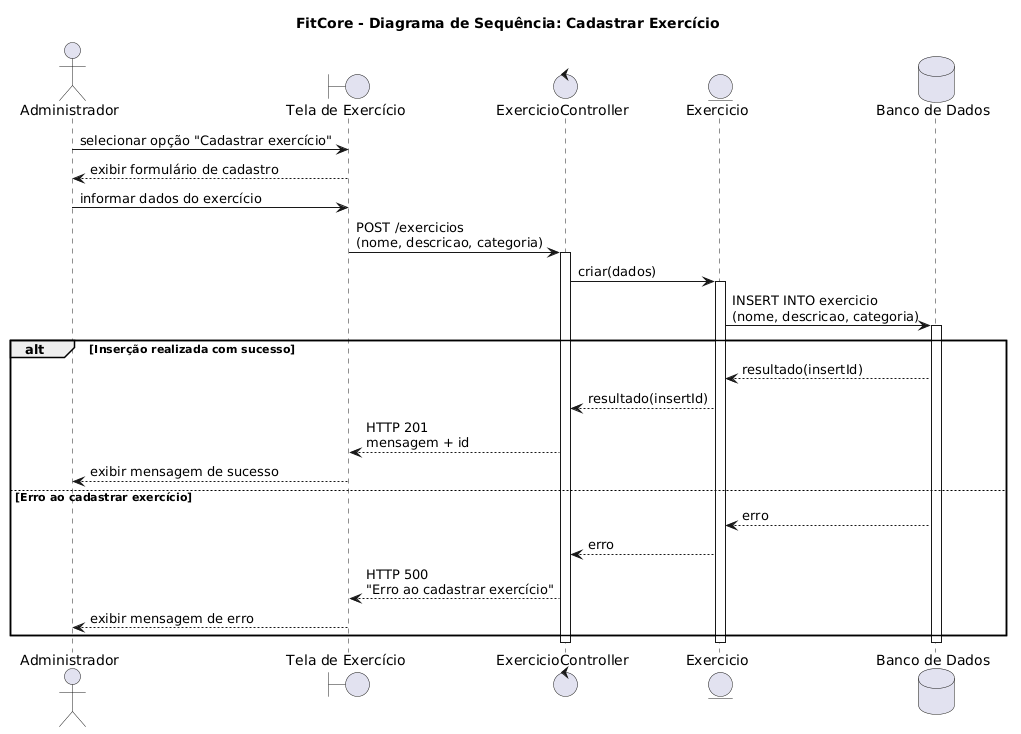
This is docs/diagramas/sequencia/2 - diagrama de sequencia - cadastrar exercicio - FITCORE.png from liahcolins/Sistema-Integrado-de-Academia, a PlantUML export, as it was before one commit.
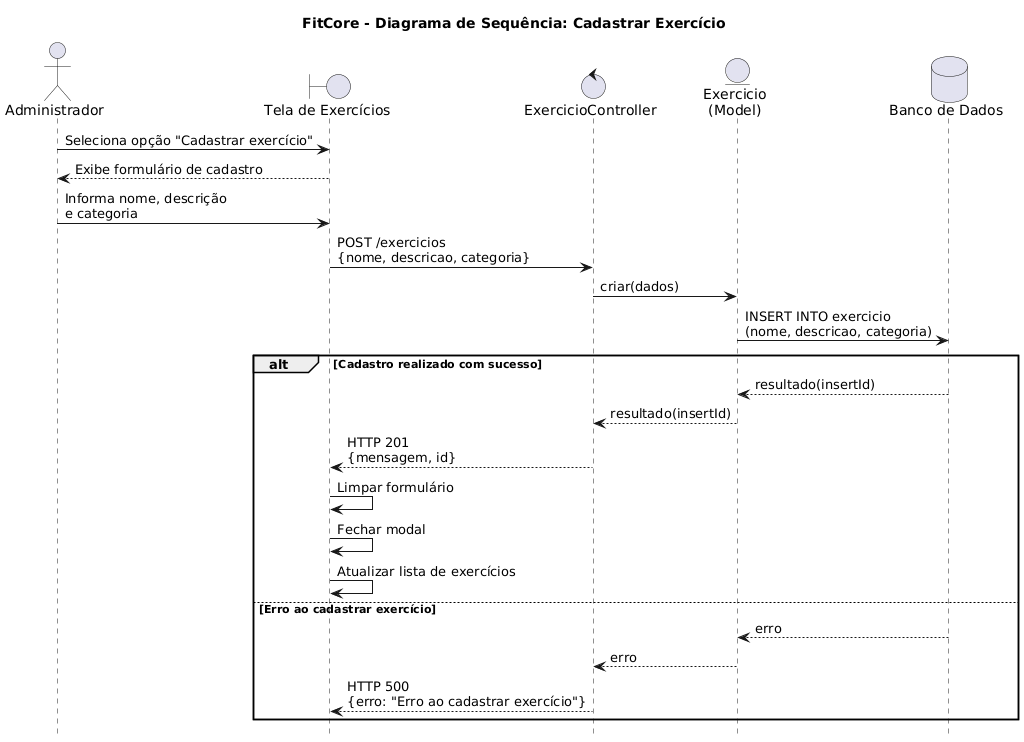
Later version of the same file.

Commit message:
docs: atualizar diagramas UML do FitCore

Change to the diagram source:
```diff
@@ -1,41 +1,43 @@
 @startuml
 title FitCore - Diagrama de Sequência: Cadastrar Exercício
 
+hide footbox
+
 actor Administrador as Admin
-boundary "Tela de Exercício" as Tela
+boundary "Tela de Exercícios" as Tela
 control "ExercicioController" as Controller
-entity "Exercicio" as Exercicio
+entity "Exercicio\n(Model)" as Exercicio
 database "Banco de Dados" as Banco
 
-Admin -> Tela : selecionar opção "Cadastrar exercício"
-Tela --> Admin : exibir formulário de cadastro
+Admin -> Tela : Seleciona opção "Cadastrar exercício"
+Tela --> Admin : Exibe formulário de cadastro
 
-Admin -> Tela : informar dados do exercício
-Tela -> Controller : POST /exercicios\n(nome, descricao, categoria)
-activate Controller
+Admin -> Tela : Informa nome, descrição\ne categoria
+Tela -> Controller : POST /exercicios\n{nome, descricao, categoria}
 
 Controller -> Exercicio : criar(dados)
-activate Exercicio
 
 Exercicio -> Banco : INSERT INTO exercicio\n(nome, descricao, categoria)
-activate Banco
 
-alt Inserção realizada com sucesso
+alt Cadastro realizado com sucesso
+
     Banco --> Exercicio : resultado(insertId)
     Exercicio --> Controller : resultado(insertId)
 
-    Controller --> Tela : HTTP 201\nmensagem + id
-    Tela --> Admin : exibir mensagem de sucesso
+    Controller --> Tela : HTTP 201\n{mensagem, id}
+
+    Tela -> Tela : Limpar formulário
+    Tela -> Tela : Fechar modal
+    Tela -> Tela : Atualizar lista de exercícios
 
 else Erro ao cadastrar exercício
+
     Banco --> Exercicio : erro
     Exercicio --> Controller : erro
 
-    Controller --> Tela : HTTP 500\n"Erro ao cadastrar exercício"
-    Tela --> Admin : exibir mensagem de erro
+    Controller --> Tela : HTTP 500\n{erro: "Erro ao cadastrar exercício"}
+
+
+
 end
-
-deactivate Banco
-deactivate Exercicio
-deactivate Controller
 @enduml
```
